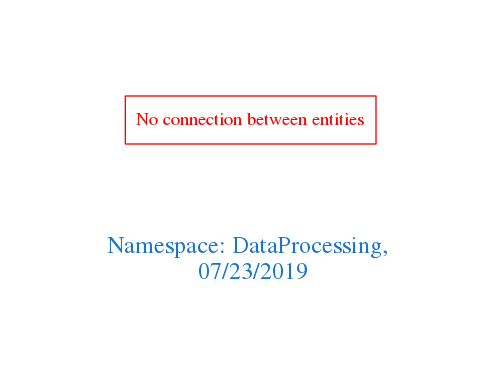
The Graphviz diagram downloads/DataProcessing.png in arago/OGIT, before a commit. Its source is kept beside it as downloads/DataProcessing.dot.
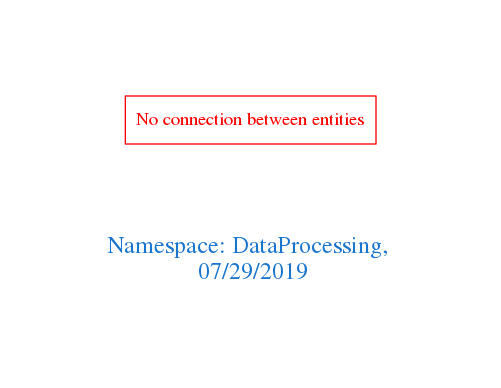
After the commit.

Change to the diagram source:
```diff
@@ -1,7 +1,7 @@
 digraph OGIT_ontology {
  graph [ rankdir= LR,pad=1
 fontsize = 18,
-fontcolor= dodgerblue3,label = "\n\n\nNamespace: DataProcessing, \n 07/23/2019"];
+fontcolor= dodgerblue3,label = "\n\n\nNamespace: DataProcessing, \n 07/29/2019"];
 node[shape=polygon];
 edge [  color="gray81"];
 
```
